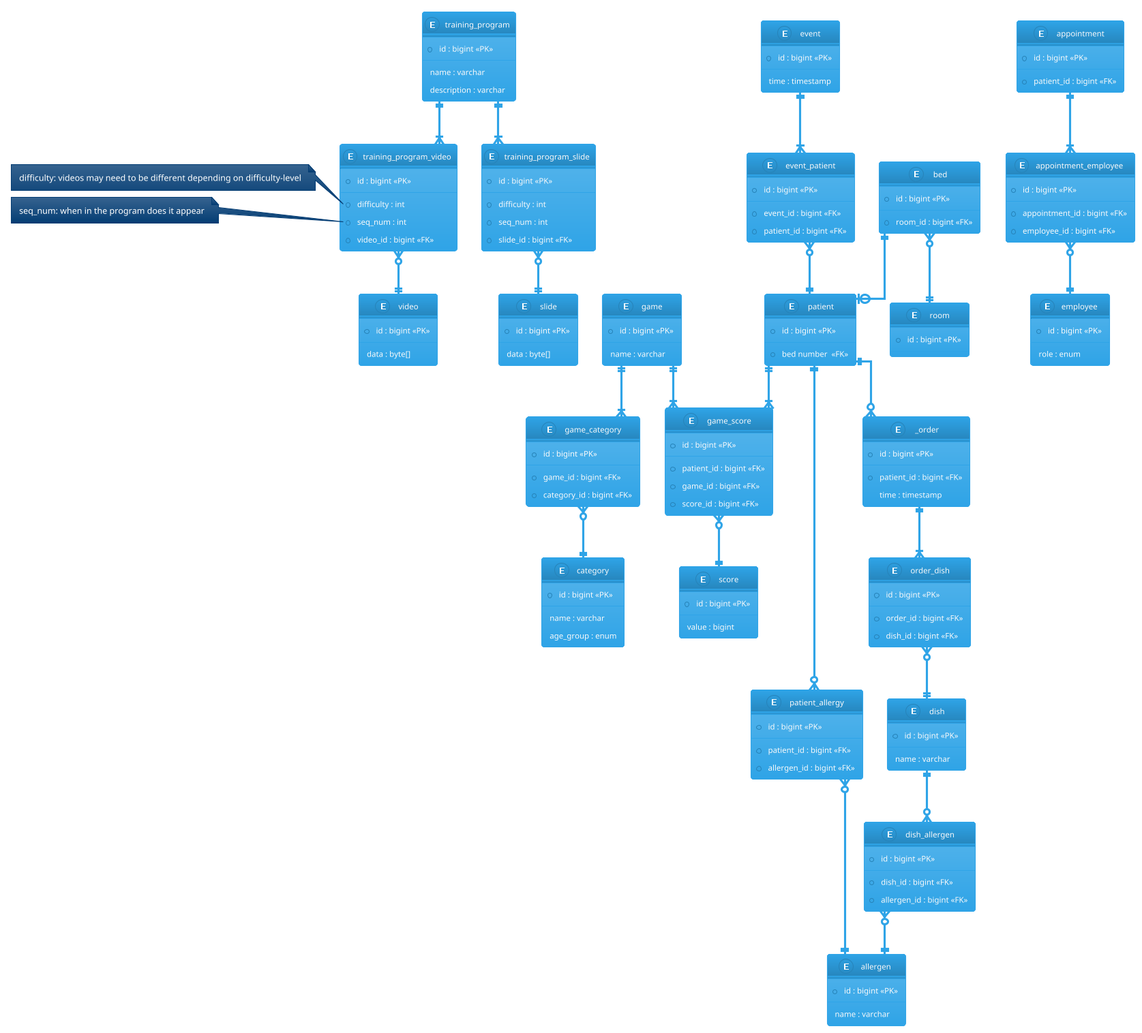
Earlier version of the PlantUML export puml/ERD.png (Oskar123456/SYSDAT-F25-TEAM-G).
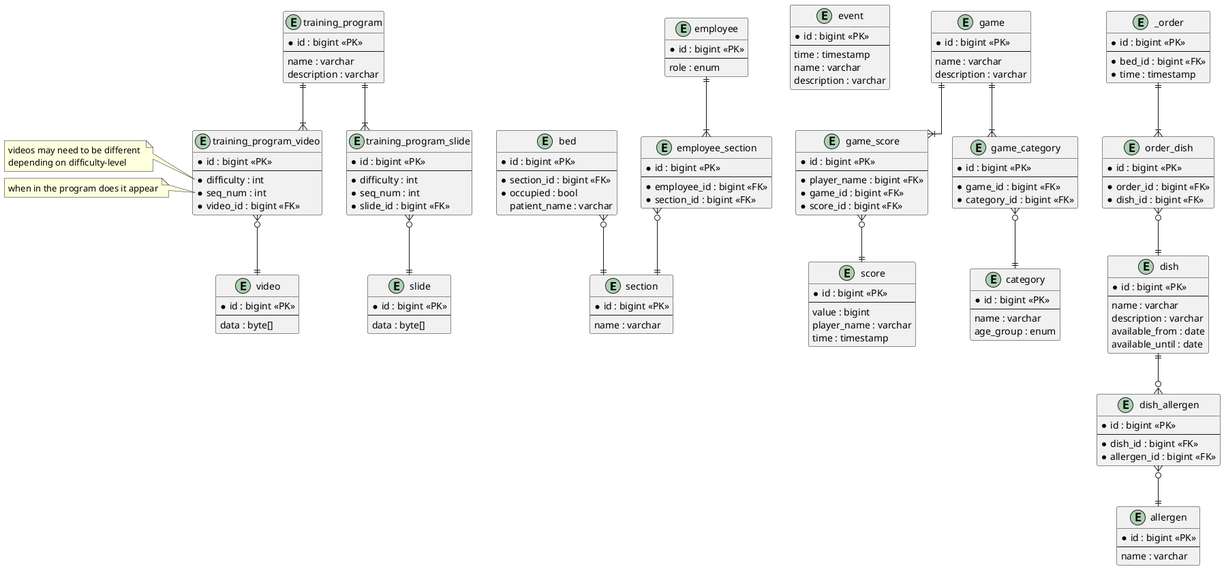
The same file after the commit.

Diff of the diagram source:
```diff
@@ -1,41 +1,17 @@
 @startuml
-!theme cerulean
 skinparam linetype ortho
 
-entity patient {
+entity section {
     * id : bigint <<PK>>
     --
-    * bed number  <<FK>>
-}
-
-entity patient_allergy {
-    * id : bigint <<PK>>
-    --
-    * patient_id : bigint <<FK>>
-    * allergen_id : bigint <<FK>>
-}
-
-entity appointment {
-    * id : bigint <<PK>>
-    --
-    * patient_id : bigint <<FK>>
-}
-
-entity appointment_employee {
-    * id : bigint <<PK>>
-    --
-    * appointment_id : bigint <<FK>>
-    * employee_id : bigint <<FK>>
-}
-
-entity room {
-    * id : bigint <<PK>>
-    --
+    name : varchar
 }
 entity bed {
     * id : bigint <<PK>>
     --
-    * room_id : bigint <<FK>>
+    * section_id : bigint <<FK>>
+    * occupied : bool
+    patient_name : varchar
 }
 entity employee {
     * id : bigint <<PK>>
@@ -47,24 +23,29 @@
     * id : bigint <<PK>>
     --
     time : timestamp
+    name : varchar
+    description : varchar
 }
 
 entity game {
     * id : bigint <<PK>>
     --
     name : varchar
+    description : varchar
 }
 
 entity score {
     * id : bigint <<PK>>
     --
     value : bigint
+    player_name : varchar
+    time : timestamp
 }
 
 entity game_score {
     * id : bigint <<PK>>
     --
-    * patient_id : bigint <<FK>>
+    * player_name : bigint <<FK>>
     * game_id : bigint <<FK>>
     * score_id : bigint <<FK>>
 }
@@ -72,8 +53,8 @@
 entity _order {
     * id : bigint <<PK>>
     --
-    * patient_id : bigint <<FK>>
-    time : timestamp
+    * bed_id : bigint <<FK>>
+    * time : timestamp
 }
 
 entity order_dish {
@@ -87,6 +68,9 @@
     * id : bigint <<PK>>
     --
     name : varchar
+    description : varchar
+    available_from : date
+    available_until : date
 }
 
 entity dish_allergen {
@@ -114,13 +98,6 @@
     --
     name : varchar
     age_group : enum
-}
-
-entity event_patient {
-    * id : bigint <<PK>>
-    --
-    * event_id : bigint <<FK>>
-    * patient_id : bigint <<FK>>
 }
 
 entity training_program {
@@ -158,10 +135,13 @@
     data : byte[]
 }
 
+entity employee_section {
+    * id : bigint <<PK>>
+    --
+    * employee_id : bigint <<FK>>
+    * section_id : bigint <<FK>>
+}
 
-patient ||--o{ _order
-patient ||--o{ patient_allergy
-patient_allergy }o--|| allergen
 
 _order ||--|{ order_dish
 order_dish }o--|| dish
@@ -169,20 +149,15 @@
 dish ||--o{ dish_allergen
 dish_allergen }o--|| allergen
 
-appointment ||--|{ appointment_employee
-appointment_employee }o--|| employee
+employee ||--|{ employee_section
+employee_section }o--|| section
 
 game ||--|{ game_category
 game_category }o--|| category
 game ||--|{ game_score
 game_score }o--|| score
-patient ||--|{ game_score
 
-event ||--|{ event_patient
-event_patient }o--|| patient
-
-bed }o--|| room
-bed ||--o| patient
+bed }o--|| section
 
 training_program ||--|{ training_program_video
 training_program_video }o--|| video
@@ -191,11 +166,12 @@
 
 
 note left of training_program_video::difficulty
-    difficulty: videos may need to be different depending on difficulty-level
+videos may need to be different
+depending on difficulty-level
 end note
 
 note left of training_program_video::seq_num
-    seq_num: when in the program does it appear
+when in the program does it appear
 end note
 
 @enduml
```
